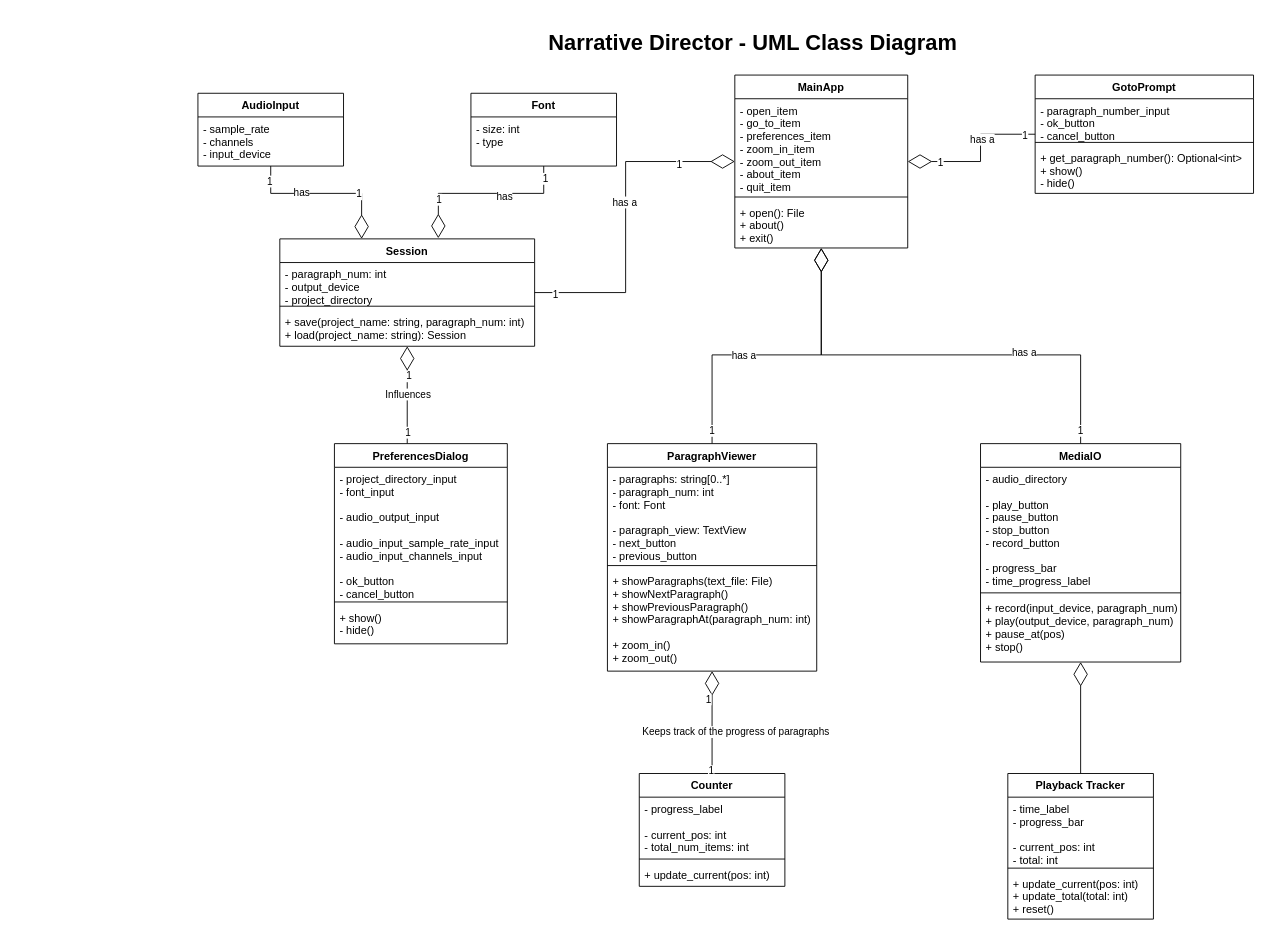
Above: docs/drawio_diagrams/classdiagram.drawio in divark/narrative-director-rs (draw.io), before the change. Source tidied: cells renumbered, new cells numbered last; positions are measured from the earlier drawing's top-left corner, leaving out a move shared by most shapes. Both pictures are drawn from the tidied source at 91%, with x=0, y=0 at pixel (197, 29).
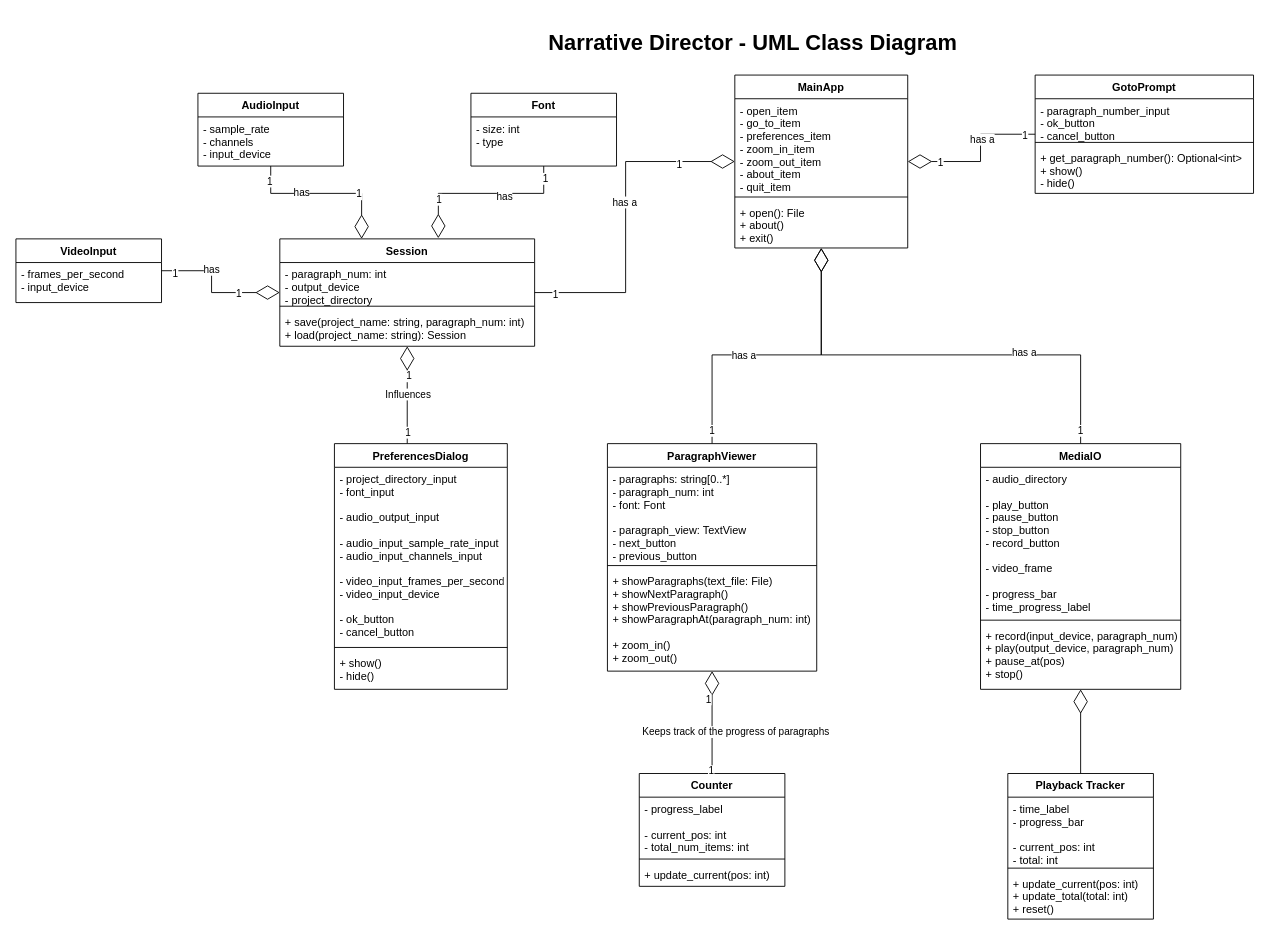
Above is the later version.

Commit message (it also covers changes not shown here):
Add initial design and implementation of VideoInput

Unchanged cells that the change refers to:
```xml
<mxCell id="17" value="Session" style="swimlane;fontStyle=1;align=center;verticalAlign=top;horizontal=1;startSize=26;" parent="1" vertex="1">
  <mxGeometry x="90" y="230" width="280" height="118" as="geometry" />
</mxCell>
```

Change to the diagram source:
```diff
@@
     <mxCell id="49" value="MediaIO" style="swimlane;fontStyle=1;align=center;verticalAlign=top;horizontal=1;startSize=26;" parent="1" vertex="1">
-      <mxGeometry x="860" y="455" width="220" height="240" as="geometry" />
+      <mxGeometry x="860" y="455" width="220" height="270" as="geometry" />
     </mxCell>
-    <mxCell id="50" value="- audio_directory&#10;&#10;- play_button&#10;- pause_button&#10;- stop_button&#10;- record_button&#10;&#10;- progress_bar&#10;- time_progress_label&#10;" style="text;strokeColor=none;fillColor=none;align=left;verticalAlign=top;spacingLeft=4;spacingRight=4;overflow=hidden;" parent="49" vertex="1">
-      <mxGeometry y="26" width="220" height="134" as="geometry" />
+    <mxCell id="50" value="- audio_directory&#10;&#10;- play_button&#10;- pause_button&#10;- stop_button&#10;- record_button&#10;&#10;- video_frame&#10;&#10;- progress_bar&#10;- time_progress_label&#10;" style="text;strokeColor=none;fillColor=none;align=left;verticalAlign=top;spacingLeft=4;spacingRight=4;overflow=hidden;" parent="49" vertex="1">
+      <mxGeometry y="26" width="220" height="164" as="geometry" />
     </mxCell>
     <mxCell id="51" style="line;strokeWidth=1;fillColor=none;align=left;verticalAlign=middle;spacingTop=-1;spacingLeft=3;spacingRight=3;labelPosition=right;" parent="49" vertex="1">
-      <mxGeometry y="160" width="220" height="8" as="geometry" />
+      <mxGeometry y="190" width="220" height="8" as="geometry" />
     </mxCell>
     <mxCell id="52" value="+ record(input_device, paragraph_num)&#10;+ play(output_device, paragraph_num)&#10;+ pause_at(pos)&#10;+ stop()&#10;" style="text;strokeColor=none;fillColor=none;align=left;verticalAlign=top;spacingLeft=4;spacingRight=4;overflow=hidden;" parent="49" vertex="1">
-      <mxGeometry y="168" width="220" height="72" as="geometry" />
+      <mxGeometry y="198" width="220" height="72" as="geometry" />
     </mxCell>
@@
     <mxCell id="66" value="PreferencesDialog" style="swimlane;fontStyle=1;align=center;verticalAlign=top;horizontal=1;startSize=26;" parent="1" vertex="1">
-      <mxGeometry x="150" y="455" width="190" height="220" as="geometry" />
+      <mxGeometry x="150" y="455" width="190" height="270" as="geometry" />
     </mxCell>
-    <mxCell id="67" value="- project_directory_input&#10;- font_input&#10;&#10;- audio_output_input&#10;&#10;- audio_input_sample_rate_input&#10;- audio_input_channels_input&#10;&#10;- ok_button&#10;- cancel_button" style="text;strokeColor=none;fillColor=none;align=left;verticalAlign=top;spacingLeft=4;spacingRight=4;overflow=hidden;" parent="66" vertex="1">
-      <mxGeometry y="26" width="190" height="144" as="geometry" />
+    <mxCell id="67" value="- project_directory_input&#10;- font_input&#10;&#10;- audio_output_input&#10;&#10;- audio_input_sample_rate_input&#10;- audio_input_channels_input&#10;&#10;- video_input_frames_per_second&#10;- video_input_device&#10;&#10;- ok_button&#10;- cancel_button" style="text;strokeColor=none;fillColor=none;align=left;verticalAlign=top;spacingLeft=4;spacingRight=4;overflow=hidden;" parent="66" vertex="1">
+      <mxGeometry y="26" width="190" height="194" as="geometry" />
     </mxCell>
     <mxCell id="68" style="line;strokeWidth=1;fillColor=none;align=left;verticalAlign=middle;spacingTop=-1;spacingLeft=3;spacingRight=3;labelPosition=right;" parent="66" vertex="1">
-      <mxGeometry y="170" width="190" height="8" as="geometry" />
+      <mxGeometry y="220" width="190" height="8" as="geometry" />
     </mxCell>
     <mxCell id="69" value="+ show()&#10;- hide()" style="text;strokeColor=none;fillColor=none;align=left;verticalAlign=top;spacingLeft=4;spacingRight=4;overflow=hidden;" parent="66" vertex="1">
-      <mxGeometry y="178" width="190" height="42" as="geometry" />
+      <mxGeometry y="228" width="190" height="42" as="geometry" />
     </mxCell>
+    <mxCell id="70" value="VideoInput" style="swimlane;fontStyle=1;align=center;verticalAlign=top;horizontal=1;startSize=26;" parent="1" vertex="1">
+      <mxGeometry x="-200" y="230" width="160" height="70" as="geometry" />
+    </mxCell>
+    <mxCell id="71" value="- frames_per_second&#10;- input_device" style="text;strokeColor=none;fillColor=none;align=left;verticalAlign=top;spacingLeft=4;spacingRight=4;overflow=hidden;" parent="70" vertex="1">
+      <mxGeometry y="26" width="160" height="44" as="geometry" />
+    </mxCell>
+    <mxCell id="72" style="edgeStyle=orthogonalEdgeStyle;rounded=0;jettySize=auto;html=1;endArrow=diamondThin;endFill=0;endSize=24;" parent="1" edge="1" source="70" target="17">
+      <mxGeometry relative="1" as="geometry" />
+    </mxCell>
+    <mxCell id="73" value="1" style="edgeLabel;html=1;align=center;verticalAlign=middle;" parent="72" vertex="1">
+      <mxGeometry x="-0.82" y="-2" relative="1" as="geometry" />
+    </mxCell>
+    <mxCell id="74" value="1" style="edgeLabel;html=1;align=center;verticalAlign=middle;" parent="72" vertex="1">
+      <mxGeometry x="0.4" relative="1" as="geometry" />
+    </mxCell>
+    <mxCell id="75" value="has" style="edgeLabel;html=1;align=center;verticalAlign=middle;" parent="72" vertex="1">
+      <mxGeometry x="-0.3" y="2" relative="1" as="geometry" />
+    </mxCell>
```
